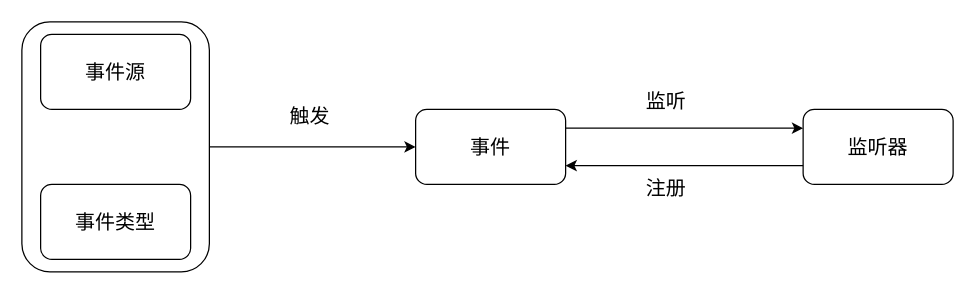
Above: Activiti事件监听.drawio in ChengziMao/diagrams (draw.io), before the change. Source tidied: cells renumbered, new cells numbered last; positions are measured from the earlier drawing's top-left corner, leaving out a move shared by most shapes. Both pictures are drawn from the tidied source at 125%, with x=0, y=0 at pixel (21, 21).
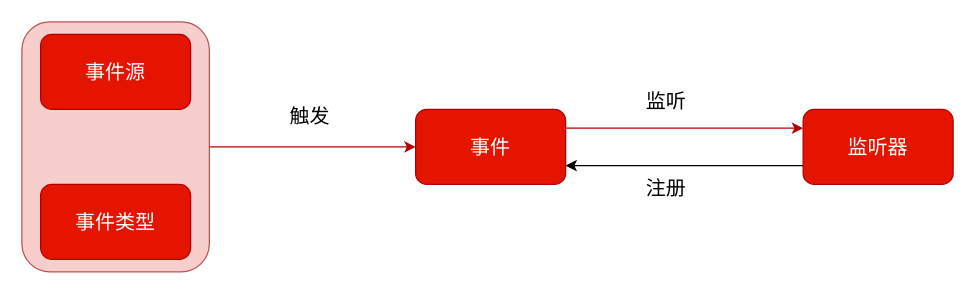
After the change.

Commit message:
更新Activiti事件监听.drawio

Diff of the diagram source:
```diff
@@
 <mxGraphModel>
   <root>
     <mxCell id="0" />
     <mxCell id="1" parent="0" />
-    <mxCell id="2" style="edgeStyle=orthogonalEdgeStyle;rounded=0;jettySize=auto;html=1;entryX=0;entryY=0.5;entryDx=0;entryDy=0;fontSize=16;" parent="1" edge="1" source="3" target="6">
+    <mxCell id="2" style="edgeStyle=orthogonalEdgeStyle;rounded=0;jettySize=auto;html=1;entryX=0;entryY=0.5;entryDx=0;entryDy=0;fontSize=16;fillColor=#e51400;strokeColor=#B20000;" parent="1" edge="1" source="3" target="6">
       <mxGeometry relative="1" as="geometry" />
     </mxCell>
-    <mxCell id="3" style="rounded=1;whiteSpace=wrap;html=1;fontSize=16;" parent="1" vertex="1">
+    <mxCell id="3" style="rounded=1;whiteSpace=wrap;html=1;fontSize=16;fillColor=#f8cecc;strokeColor=#b85450;" parent="1" vertex="1">
       <mxGeometry width="150" height="200" as="geometry" />
     </mxCell>
-    <mxCell id="4" value="&lt;font style=&quot;vertical-align: inherit;&quot; class=&quot;notranslate fyzs-translate-target fyzs-translate-target-wrapper&quot;&gt;&lt;font style=&quot;vertical-align: inherit;&quot; class=&quot;notranslate fyzs-translate-target fyzs-translate-target-box&quot;&gt;&lt;font style=&quot;vertical-align: inherit;&quot; title=&quot;s&quot; class=&quot;notranslate fyzs-translate-target fyzs-translate-target-text&quot;&gt;事件源&lt;/font&gt;&lt;/font&gt;&lt;/font&gt;" style="rounded=1;whiteSpace=wrap;html=1;fontSize=16;" parent="1" vertex="1">
+    <mxCell id="4" value="&lt;font style=&quot;vertical-align: inherit;&quot; class=&quot;notranslate fyzs-translate-target fyzs-translate-target-wrapper&quot;&gt;&lt;font style=&quot;vertical-align: inherit;&quot; class=&quot;notranslate fyzs-translate-target fyzs-translate-target-box&quot;&gt;&lt;font style=&quot;vertical-align: inherit;&quot; title=&quot;s&quot; class=&quot;notranslate fyzs-translate-target fyzs-translate-target-text&quot;&gt;事件源&lt;/font&gt;&lt;/font&gt;&lt;/font&gt;" style="rounded=1;whiteSpace=wrap;html=1;fontSize=16;fillColor=#e51400;fontColor=#ffffff;strokeColor=#B20000;" parent="1" vertex="1">
       <mxGeometry x="15" y="10" width="120" height="60" as="geometry" />
     </mxCell>
-    <mxCell id="5" value="&lt;font style=&quot;vertical-align: inherit;&quot; class=&quot;notranslate fyzs-translate-target fyzs-translate-target-wrapper&quot;&gt;&lt;font style=&quot;vertical-align: inherit;&quot; class=&quot;notranslate fyzs-translate-target fyzs-translate-target-box&quot;&gt;&lt;font style=&quot;vertical-align: inherit;&quot; title=&quot;s&quot; class=&quot;notranslate fyzs-translate-target fyzs-translate-target-text&quot;&gt;事件类型&lt;/font&gt;&lt;/font&gt;&lt;/font&gt;" style="rounded=1;whiteSpace=wrap;html=1;fontSize=16;" parent="1" vertex="1">
+    <mxCell id="5" value="&lt;font style=&quot;vertical-align: inherit;&quot; class=&quot;notranslate fyzs-translate-target fyzs-translate-target-wrapper&quot;&gt;&lt;font style=&quot;vertical-align: inherit;&quot; class=&quot;notranslate fyzs-translate-target fyzs-translate-target-box&quot;&gt;&lt;font style=&quot;vertical-align: inherit;&quot; title=&quot;s&quot; class=&quot;notranslate fyzs-translate-target fyzs-translate-target-text&quot;&gt;事件类型&lt;/font&gt;&lt;/font&gt;&lt;/font&gt;" style="rounded=1;whiteSpace=wrap;html=1;fontSize=16;fillColor=#e51400;fontColor=#ffffff;strokeColor=#B20000;" parent="1" vertex="1">
       <mxGeometry x="15" y="130" width="120" height="60" as="geometry" />
     </mxCell>
-    <mxCell id="6" value="&lt;font style=&quot;vertical-align: inherit;&quot; class=&quot;notranslate fyzs-translate-target fyzs-translate-target-wrapper&quot;&gt;&lt;font style=&quot;vertical-align: inherit;&quot; class=&quot;notranslate fyzs-translate-target fyzs-translate-target-box&quot;&gt;&lt;font style=&quot;vertical-align: inherit;&quot; title=&quot;s&quot; class=&quot;notranslate fyzs-translate-target fyzs-translate-target-text&quot;&gt;事件&lt;/font&gt;&lt;/font&gt;&lt;/font&gt;" style="rounded=1;whiteSpace=wrap;html=1;fontSize=16;" parent="1" vertex="1">
+    <mxCell id="6" value="&lt;font style=&quot;vertical-align: inherit;&quot; class=&quot;notranslate fyzs-translate-target fyzs-translate-target-wrapper&quot;&gt;&lt;font style=&quot;vertical-align: inherit;&quot; class=&quot;notranslate fyzs-translate-target fyzs-translate-target-box&quot;&gt;&lt;font style=&quot;vertical-align: inherit;&quot; title=&quot;s&quot; class=&quot;notranslate fyzs-translate-target fyzs-translate-target-text&quot;&gt;事件&lt;/font&gt;&lt;/font&gt;&lt;/font&gt;" style="rounded=1;whiteSpace=wrap;html=1;fontSize=16;fillColor=#e51400;fontColor=#ffffff;strokeColor=#B20000;" parent="1" vertex="1">
       <mxGeometry x="315" y="70" width="120" height="60" as="geometry" />
     </mxCell>
-    <mxCell id="7" value="&lt;font style=&quot;vertical-align: inherit;&quot; class=&quot;notranslate fyzs-translate-target fyzs-translate-target-wrapper&quot;&gt;&lt;font style=&quot;vertical-align: inherit;&quot; class=&quot;notranslate fyzs-translate-target fyzs-translate-target-box&quot;&gt;&lt;font style=&quot;vertical-align: inherit;&quot; title=&quot;j&quot; class=&quot;notranslate fyzs-translate-target fyzs-translate-target-text&quot;&gt;监听器&lt;/font&gt;&lt;/font&gt;&lt;/font&gt;" style="rounded=1;whiteSpace=wrap;html=1;fontSize=16;" parent="1" vertex="1">
+    <mxCell id="7" value="&lt;font style=&quot;vertical-align: inherit;&quot; class=&quot;notranslate fyzs-translate-target fyzs-translate-target-wrapper&quot;&gt;&lt;font style=&quot;vertical-align: inherit;&quot; class=&quot;notranslate fyzs-translate-target fyzs-translate-target-box&quot;&gt;&lt;font style=&quot;vertical-align: inherit;&quot; title=&quot;j&quot; class=&quot;notranslate fyzs-translate-target fyzs-translate-target-text&quot;&gt;监听器&lt;/font&gt;&lt;/font&gt;&lt;/font&gt;" style="rounded=1;whiteSpace=wrap;html=1;fontSize=16;fillColor=#e51400;fontColor=#ffffff;strokeColor=#B20000;" parent="1" vertex="1">
       <mxGeometry x="625" y="70" width="120" height="60" as="geometry" />
     </mxCell>
     <mxCell id="8" value="&lt;font style=&quot;vertical-align: inherit;&quot; class=&quot;notranslate fyzs-translate-target fyzs-translate-target-wrapper&quot;&gt;&lt;font style=&quot;vertical-align: inherit;&quot; class=&quot;notranslate fyzs-translate-target fyzs-translate-target-box&quot;&gt;&lt;font style=&quot;vertical-align: inherit;&quot; title=&quot;Text&quot; class=&quot;notranslate fyzs-translate-target fyzs-translate-target-text&quot;&gt;触发&lt;/font&gt;&lt;/font&gt;&lt;/font&gt;" style="text;html=1;align=center;verticalAlign=middle;strokeColor=none;fillColor=none;fontSize=16;" parent="1" vertex="1">
       <mxGeometry x="200" y="60" width="60" height="30" as="geometry" />
     </mxCell>
-    <mxCell id="9" style="endArrow=classic;html=1;rounded=0;entryX=0;entryY=0.25;entryDx=0;entryDy=0;exitX=1;exitY=0.25;exitDx=0;exitDy=0;fontSize=16;" parent="1" edge="1" source="6" target="7">
+    <mxCell id="9" style="endArrow=classic;html=1;rounded=0;entryX=0;entryY=0.25;entryDx=0;entryDy=0;exitX=1;exitY=0.25;exitDx=0;exitDy=0;fontSize=16;fillColor=#e51400;strokeColor=#B20000;" parent="1" edge="1" source="6" target="7">
       <mxGeometry relative="1" as="geometry" />
     </mxCell>
     <mxCell id="10" style="endArrow=classic;html=1;rounded=0;entryX=1;entryY=0.75;entryDx=0;entryDy=0;exitX=0;exitY=0.75;exitDx=0;exitDy=0;fontSize=16;" parent="1" edge="1" source="7" target="6">
       <mxGeometry relative="1" as="geometry" />
     </mxCell>
     <mxCell id="11" value="&lt;font style=&quot;vertical-align: inherit;&quot; class=&quot;notranslate fyzs-translate-target fyzs-translate-target-wrapper&quot;&gt;&lt;font style=&quot;vertical-align: inherit;&quot; class=&quot;notranslate fyzs-translate-target fyzs-translate-target-box&quot;&gt;&lt;font style=&quot;vertical-align: inherit;&quot; title=&quot;Text&quot; class=&quot;notranslate fyzs-translate-target fyzs-translate-target-text&quot;&gt;注册&lt;/font&gt;&lt;/font&gt;&lt;/font&gt;" style="text;html=1;align=center;verticalAlign=middle;strokeColor=none;fillColor=none;fontSize=16;" parent="1" vertex="1">
       <mxGeometry x="485" y="118" width="60" height="30" as="geometry" />
     </mxCell>
     <mxCell id="12" value="&lt;font style=&quot;vertical-align: inherit;&quot; class=&quot;notranslate fyzs-translate-target fyzs-translate-target-wrapper&quot;&gt;&lt;font style=&quot;vertical-align: inherit;&quot; class=&quot;notranslate fyzs-translate-target fyzs-translate-target-box&quot;&gt;&lt;font style=&quot;vertical-align: inherit;&quot; title=&quot;Text&quot; class=&quot;notranslate fyzs-translate-target fyzs-translate-target-text&quot;&gt;监听&lt;/font&gt;&lt;/font&gt;&lt;/font&gt;" style="text;html=1;align=center;verticalAlign=middle;strokeColor=none;fillColor=none;fontSize=16;" parent="1" vertex="1">
       <mxGeometry x="485" y="48" width="60" height="30" as="geometry" />
     </mxCell>
   </root>
 </mxGraphModel>
```
